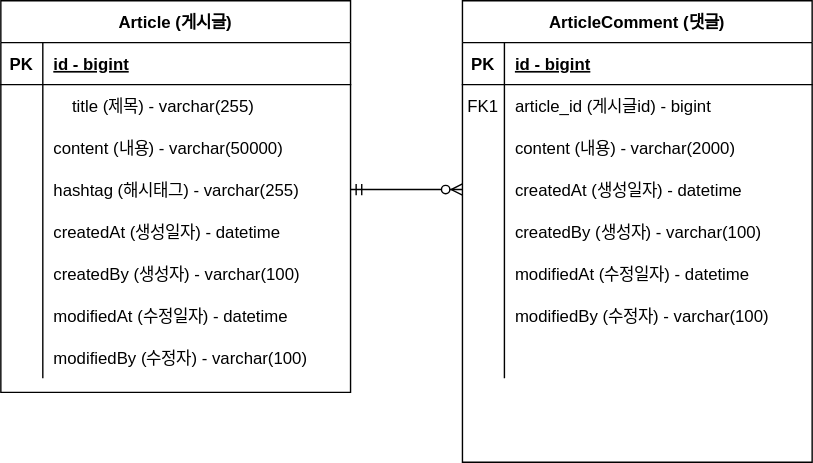
Before: project-board-erd.svg, a diagram exported from draw.io (sungbae85/fastcampus-project-board). Source tidied: cells renumbered, new cells last; positions are measured from the earlier drawing's top-left corner, leaving out a move shared by most shapes.
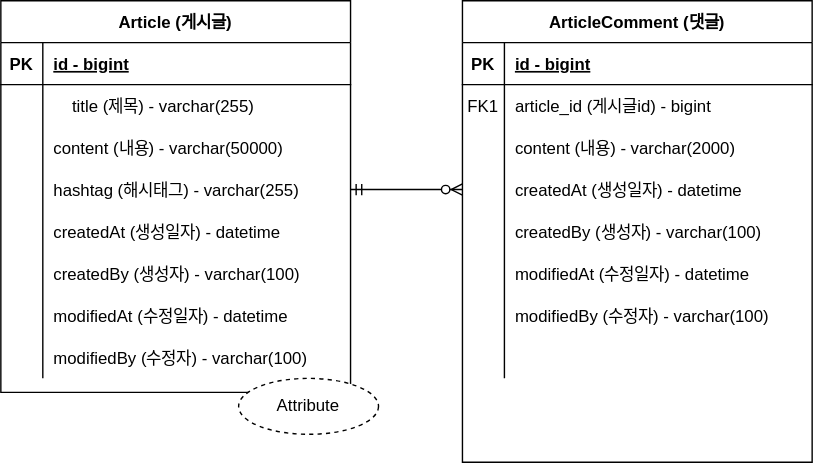
Above is the later version.

The edit, as a diff of the source:
```diff
@@ -155,5 +155,8 @@
     <mxCell id="52" style="edgeStyle=entityRelationEdgeStyle;fontSize=12;html=1;endArrow=ERzeroToMany;startArrow=ERmandOne;rounded=0;entryX=0;entryY=0.5;entryDx=0;entryDy=0;exitX=1;exitY=0.5;exitDx=0;exitDy=0;" parent="1" edge="1" source="37" target="12">
       <mxGeometry relative="1" as="geometry" />
     </mxCell>
+    <mxCell id="53" value="Attribute" style="ellipse;whiteSpace=wrap;html=1;align=center;dashed=1;" parent="1" vertex="1">
+      <mxGeometry x="170" y="270" width="100" height="40" as="geometry" />
+    </mxCell>
   </root>
 </mxGraphModel>
```
